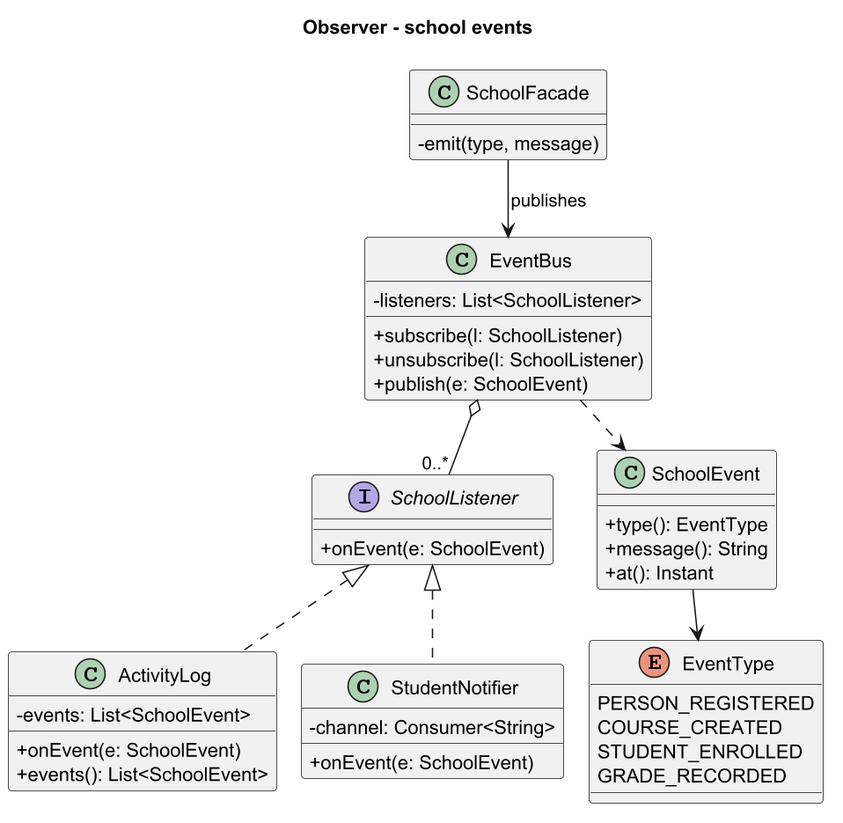
Above: docs/images/observer.png in Asylstyle/school-management-system (PlantUML), before the change.
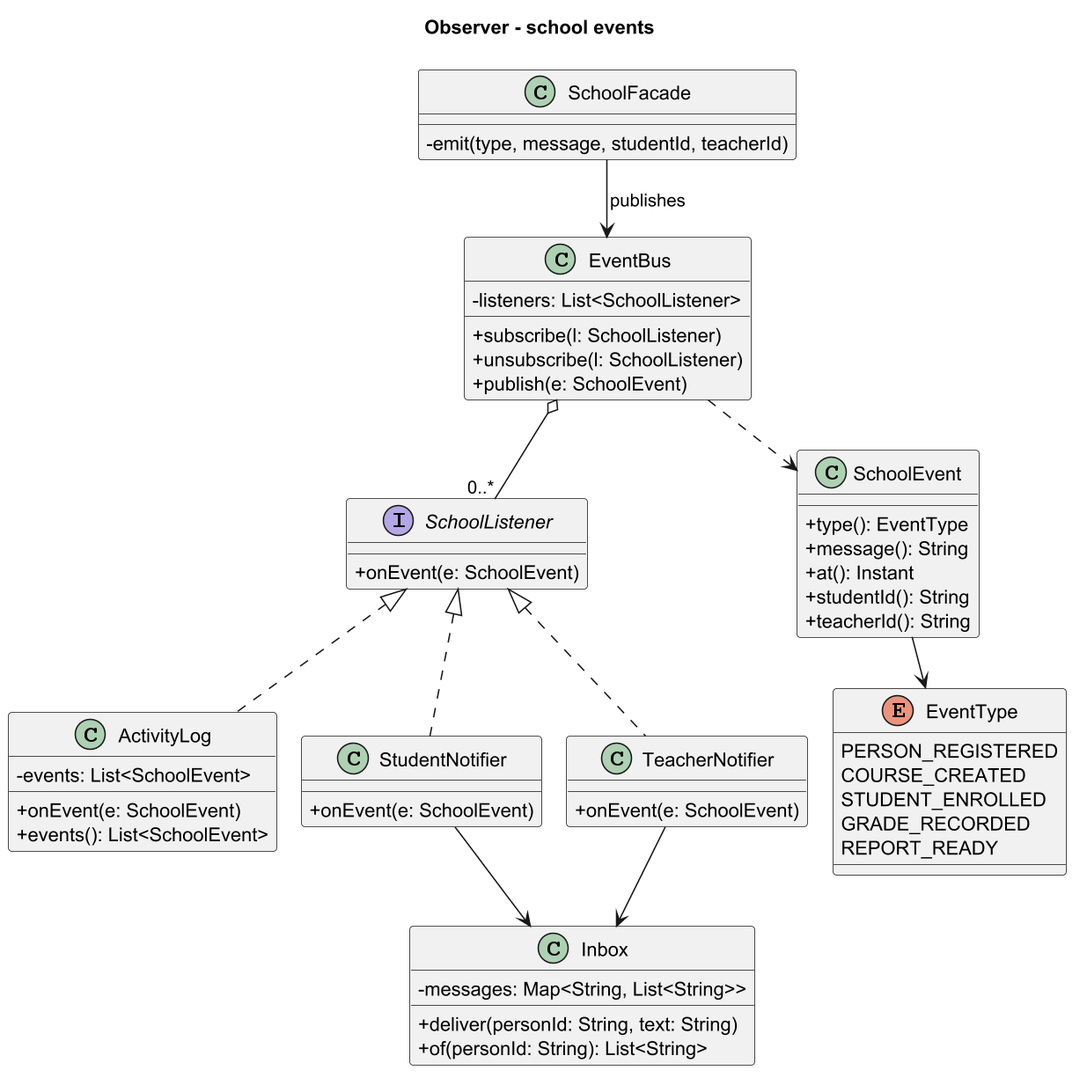
After the change.

Change to the diagram source:
```diff
@@ -20,27 +20,40 @@
   +events(): List<SchoolEvent>
 }
 class StudentNotifier {
-  -channel: Consumer<String>
   +onEvent(e: SchoolEvent)
+}
+class TeacherNotifier {
+  +onEvent(e: SchoolEvent)
+}
+class Inbox {
+  -messages: Map<String, List<String>>
+  +deliver(personId: String, text: String)
+  +of(personId: String): List<String>
 }
 class SchoolEvent {
   +type(): EventType
   +message(): String
   +at(): Instant
+  +studentId(): String
+  +teacherId(): String
 }
 enum EventType {
   PERSON_REGISTERED
   COURSE_CREATED
   STUDENT_ENROLLED
   GRADE_RECORDED
+  REPORT_READY
 }
 class SchoolFacade {
-  -emit(type, message)
+  -emit(type, message, studentId, teacherId)
 }
 
 EventBus o-- "0..*" SchoolListener
 SchoolListener <|.. ActivityLog
 SchoolListener <|.. StudentNotifier
+SchoolListener <|.. TeacherNotifier
+StudentNotifier --> Inbox
+TeacherNotifier --> Inbox
 EventBus ..> SchoolEvent
 SchoolEvent --> EventType
 SchoolFacade --> EventBus : publishes
```
